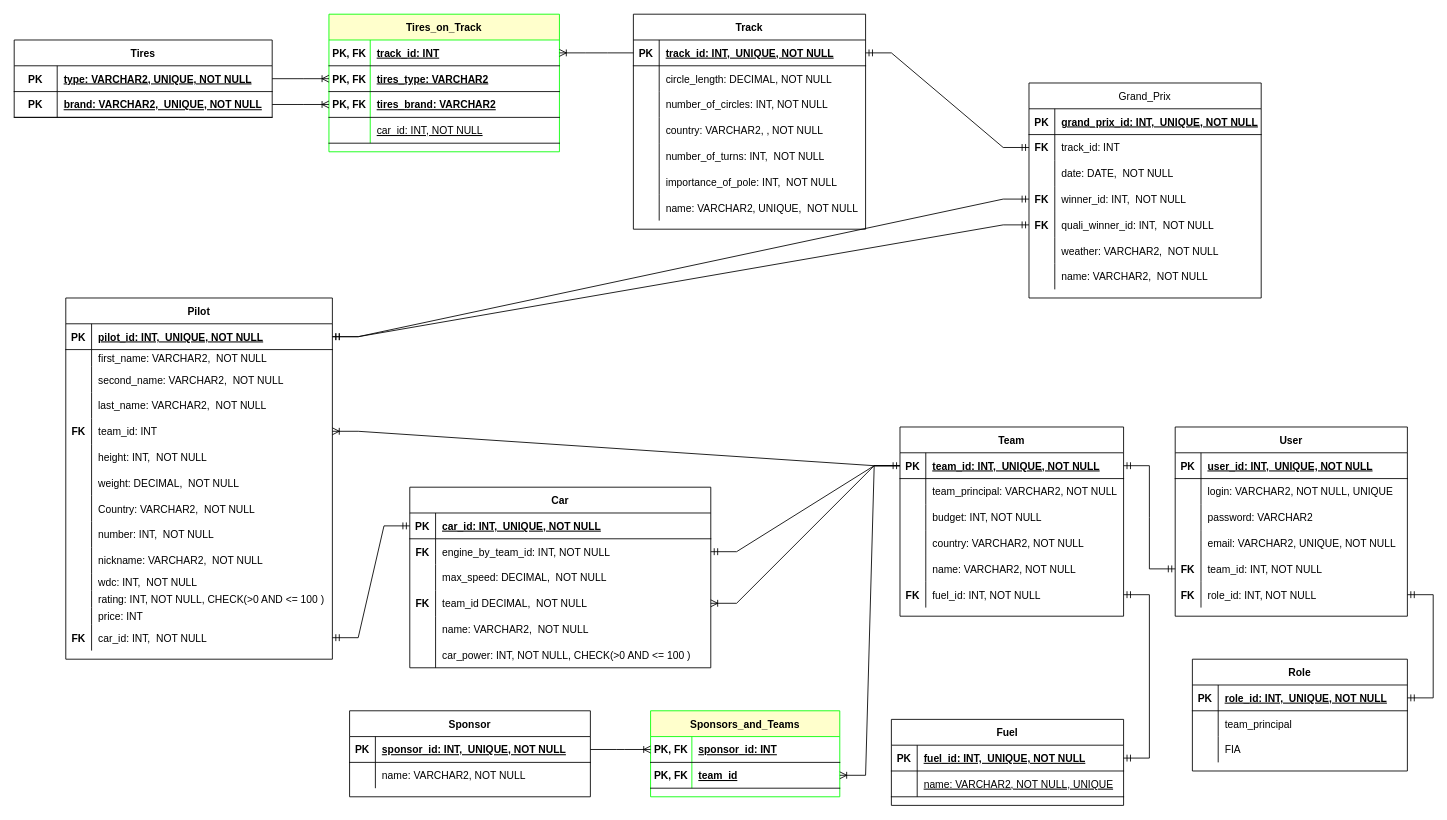
Before: lab_1_2/Менеджер формулы бд сингл(ОСНОВНАЯ + Нормализованная) — копия.drawio in de1ukc/Data_Bases_univercity_projects, a draw.io diagram. Source tidied: cells renumbered, new cells numbered last; positions are measured from the earlier drawing's top-left corner, leaving out a move shared by most shapes. Both pictures are drawn from the tidied source at 86%, with x=0, y=0 at pixel (14, 14).
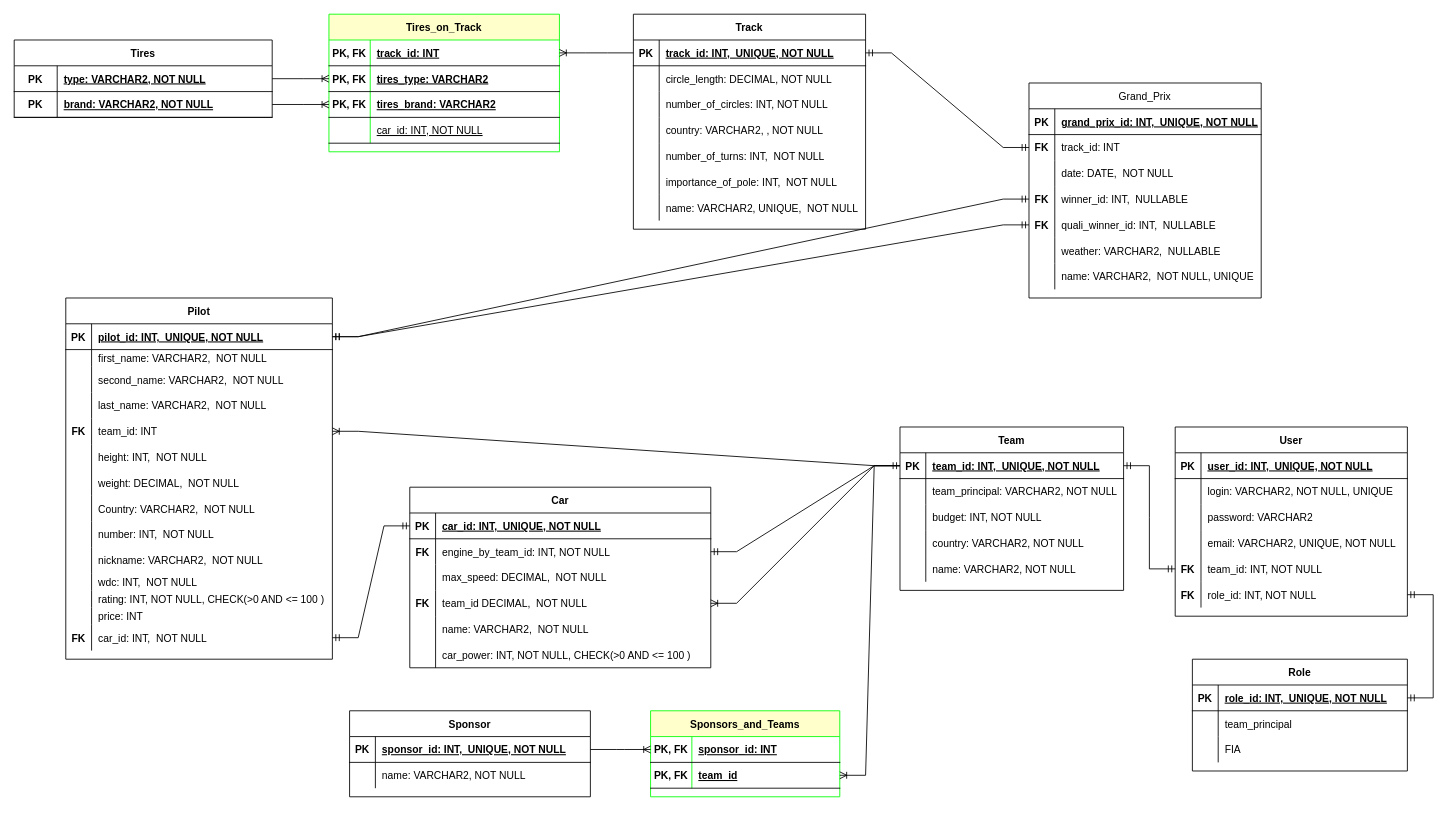
The same diagram, later.

The change refers to these unchanged cells:
```xml
<mxCell id="3" style="shape=tableRow;horizontal=0;startSize=0;swimlaneHead=0;swimlaneBody=0;fillColor=none;points=[[0,0.5],[1,0.5]];portConstraint=eastwest;top=0;left=0;right=0;bottom=1;" parent="2" vertex="1">
  <mxGeometry y="30" width="300" height="30" as="geometry" />
</mxCell>
<mxCell id="6" style="shape=tableRow;horizontal=0;startSize=0;swimlaneHead=0;swimlaneBody=0;fillColor=none;points=[[0,0.5],[1,0.5]];portConstraint=eastwest;top=0;left=0;right=0;bottom=1;" parent="2" vertex="1">
  <mxGeometry y="60" width="300" height="30" as="geometry" />
</mxCell>
<mxCell id="86" style="shape=tableRow;horizontal=0;startSize=0;swimlaneHead=0;swimlaneBody=0;fillColor=none;points=[[0,0.5],[1,0.5]];portConstraint=eastwest;top=0;left=0;right=0;bottom=0;" parent="76" vertex="1">
  <mxGeometry y="120" width="270" height="30" as="geometry" />
</mxCell>
<mxCell id="89" style="shape=tableRow;horizontal=0;startSize=0;swimlaneHead=0;swimlaneBody=0;fillColor=none;points=[[0,0.5],[1,0.5]];portConstraint=eastwest;top=0;left=0;right=0;bottom=0;" parent="76" vertex="1">
  <mxGeometry y="150" width="270" height="30" as="geometry" />
</mxCell>
<mxCell id="92" style="shape=tableRow;horizontal=0;startSize=0;swimlaneHead=0;swimlaneBody=0;fillColor=none;top=0;left=0;right=0;bottom=0;" parent="76" vertex="1">
  <mxGeometry y="180" width="270" height="30" as="geometry" />
</mxCell>
<mxCell id="95" style="shape=tableRow;horizontal=0;startSize=0;swimlaneHead=0;swimlaneBody=0;fillColor=none;top=0;left=0;right=0;bottom=0;" parent="76" vertex="1">
  <mxGeometry y="210" width="270" height="30" as="geometry" />
</mxCell>
```

Diff of the diagram source:
```diff
@@
-    <mxCell id="5" value="type: VARCHAR2, UNIQUE, NOT NULL" style="shape=partialRectangle;fillColor=none;top=0;left=0;bottom=0;right=0;align=left;spacingLeft=6;fontStyle=5;overflow=hidden;" parent="3" vertex="1">
+    <mxCell id="5" value="type: VARCHAR2, NOT NULL" style="shape=partialRectangle;fillColor=none;top=0;left=0;bottom=0;right=0;align=left;spacingLeft=6;fontStyle=5;overflow=hidden;" parent="3" vertex="1">
       <mxGeometry x="50" width="250" height="30" as="geometry" />
     </mxCell>
@@
-    <mxCell id="8" value="brand: VARCHAR2,  UNIQUE, NOT NULL" style="shape=partialRectangle;fillColor=none;top=0;left=0;bottom=0;right=0;align=left;spacingLeft=6;fontStyle=5;overflow=hidden;" parent="6" vertex="1">
+    <mxCell id="8" value="brand: VARCHAR2, NOT NULL" style="shape=partialRectangle;fillColor=none;top=0;left=0;bottom=0;right=0;align=left;spacingLeft=6;fontStyle=5;overflow=hidden;" parent="6" vertex="1">
       <mxGeometry x="50" width="250" height="30" as="geometry" />
     </mxCell>
@@
     <mxCell id="35" value="Team" style="shape=table;startSize=30;childLayout=tableLayout;rowLines=0;fontStyle=1;align=center;" parent="1" vertex="1">
-      <mxGeometry x="1030" y="480" width="260" height="220" as="geometry" />
+      <mxGeometry x="1030" y="480" width="260" height="190" as="geometry" />
     </mxCell>
@@
-    <mxCell id="51" style="shape=tableRow;horizontal=0;startSize=0;swimlaneHead=0;swimlaneBody=0;fillColor=none;points=[[0,0.5],[1,0.5]];portConstraint=eastwest;top=0;left=0;right=0;bottom=0;" parent="35" vertex="1">
-      <mxGeometry y="180" width="260" height="30" as="geometry" />
-    </mxCell>
-    <mxCell id="52" value="FK" style="shape=partialRectangle;fillColor=none;top=0;left=0;bottom=0;right=0;overflow=hidden;fontStyle=1;" parent="51" vertex="1">
-      <mxGeometry width="30" height="30" as="geometry" />
-    </mxCell>
-    <mxCell id="53" value="fuel_id: INT, NOT NULL" style="shape=partialRectangle;fillColor=none;top=0;left=0;bottom=0;right=0;align=left;spacingLeft=6;overflow=hidden;fontStyle=0;" parent="51" vertex="1">
-      <mxGeometry x="30" width="230" height="30" as="geometry" />
-    </mxCell>
@@
-    <mxCell id="88" value="winner_id: INT,  NOT NULL" style="shape=partialRectangle;fillColor=none;top=0;left=0;bottom=0;right=0;align=left;spacingLeft=6;overflow=hidden;" parent="86" vertex="1">
+    <mxCell id="88" value="winner_id: INT,  NULLABLE" style="shape=partialRectangle;fillColor=none;top=0;left=0;bottom=0;right=0;align=left;spacingLeft=6;overflow=hidden;" parent="86" vertex="1">
       <mxGeometry x="30" width="240" height="30" as="geometry" />
     </mxCell>
@@
-    <mxCell id="91" value="quali_winner_id: INT,  NOT NULL" style="shape=partialRectangle;fillColor=none;top=0;left=0;bottom=0;right=0;align=left;spacingLeft=6;overflow=hidden;" parent="89" vertex="1">
+    <mxCell id="91" value="quali_winner_id: INT,  NULLABLE" style="shape=partialRectangle;fillColor=none;top=0;left=0;bottom=0;right=0;align=left;spacingLeft=6;overflow=hidden;" parent="89" vertex="1">
       <mxGeometry x="30" width="240" height="30" as="geometry" />
     </mxCell>
@@
-    <mxCell id="94" value="weather: VARCHAR2,  NOT NULL" style="shape=partialRectangle;fillColor=none;top=0;left=0;bottom=0;right=0;align=left;spacingLeft=6;overflow=hidden;" parent="92" vertex="1">
+    <mxCell id="94" value="weather: VARCHAR2,  NULLABLE" style="shape=partialRectangle;fillColor=none;top=0;left=0;bottom=0;right=0;align=left;spacingLeft=6;overflow=hidden;" parent="92" vertex="1">
       <mxGeometry x="30" width="240" height="30" as="geometry" />
     </mxCell>
@@
-    <mxCell id="97" value="name: VARCHAR2,  NOT NULL" style="shape=partialRectangle;fillColor=none;top=0;left=0;bottom=0;right=0;align=left;spacingLeft=6;overflow=hidden;fontStyle=0;" parent="95" vertex="1">
+    <mxCell id="97" value="name: VARCHAR2,  NOT NULL, UNIQUE" style="shape=partialRectangle;fillColor=none;top=0;left=0;bottom=0;right=0;align=left;spacingLeft=6;overflow=hidden;fontStyle=0;" parent="95" vertex="1">
       <mxGeometry x="30" width="240" height="30" as="geometry" />
     </mxCell>
@@
-    <mxCell id="199" value="Fuel" style="shape=table;startSize=30;childLayout=tableLayout;rowLines=0;fontStyle=1;align=center;" parent="1" vertex="1">
-      <mxGeometry x="1020" y="820" width="270" height="100" as="geometry" />
-    </mxCell>
-    <mxCell id="200" style="shape=tableRow;horizontal=0;startSize=0;swimlaneHead=0;swimlaneBody=0;fillColor=none;points=[[0,0.5],[1,0.5]];portConstraint=eastwest;top=0;left=0;right=0;bottom=1;" parent="199" vertex="1">
-      <mxGeometry y="30" width="270" height="30" as="geometry" />
-    </mxCell>
-    <mxCell id="201" value="PK" style="shape=partialRectangle;fillColor=none;top=0;left=0;bottom=0;right=0;fontStyle=1;overflow=hidden;" parent="200" vertex="1">
-      <mxGeometry width="30" height="30" as="geometry" />
-    </mxCell>
-    <mxCell id="202" value="fuel_id: INT,  UNIQUE, NOT NULL" style="shape=partialRectangle;fillColor=none;top=0;left=0;bottom=0;right=0;align=left;spacingLeft=6;fontStyle=5;overflow=hidden;" parent="200" vertex="1">
-      <mxGeometry x="30" width="240" height="30" as="geometry" />
-    </mxCell>
-    <mxCell id="203" style="shape=tableRow;horizontal=0;startSize=0;swimlaneHead=0;swimlaneBody=0;fillColor=none;top=0;left=0;right=0;bottom=1;" parent="199" vertex="1">
-      <mxGeometry y="60" width="270" height="30" as="geometry" />
-    </mxCell>
-    <mxCell id="204" style="shape=partialRectangle;fillColor=none;top=0;left=0;bottom=0;right=0;fontStyle=1;overflow=hidden;" parent="203" vertex="1">
-      <mxGeometry width="30" height="30" as="geometry" />
-    </mxCell>
-    <mxCell id="205" value="name: VARCHAR2, NOT NULL, UNIQUE" style="shape=partialRectangle;fillColor=none;top=0;left=0;bottom=0;right=0;align=left;spacingLeft=6;fontStyle=4;overflow=hidden;" parent="203" vertex="1">
-      <mxGeometry x="30" width="240" height="30" as="geometry" />
-    </mxCell>
@@
-    <mxCell id="208" style="edgeStyle=entityRelationEdgeStyle;fontSize=12;html=1;endArrow=ERmandOne;startArrow=ERmandOne;rounded=0;strokeColor=#000000;entryX=1;entryY=0.5;entryDx=0;entryDy=0;exitX=1;exitY=0.5;exitDx=0;exitDy=0;" parent="1" edge="1" source="200" target="51">
-      <mxGeometry relative="1" as="geometry" />
-    </mxCell>
```
